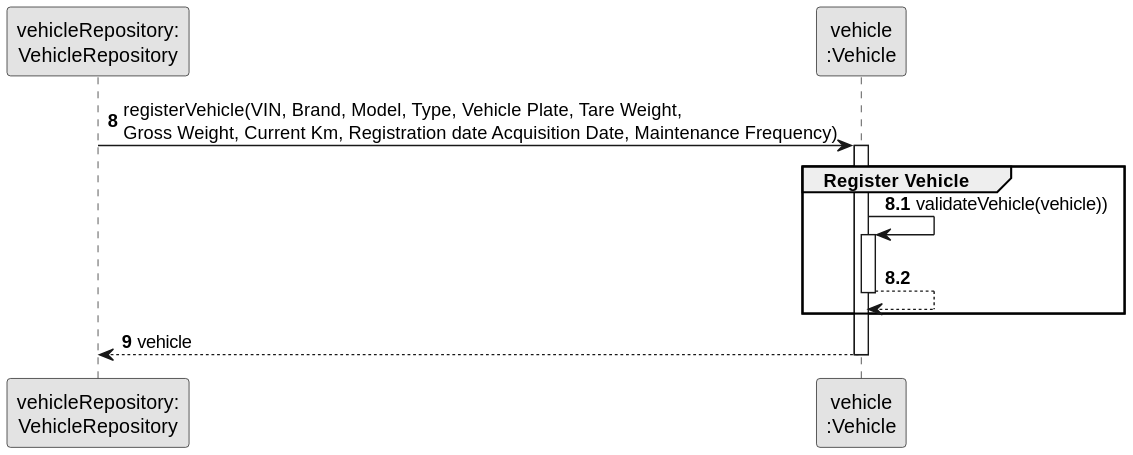
This is docs/sprintC/us006/03.design/svg/us006-sequence-diagram-partial-register-vehicle.svg from ricardomm7/leaflink, a PlantUML export, as it was before one commit.
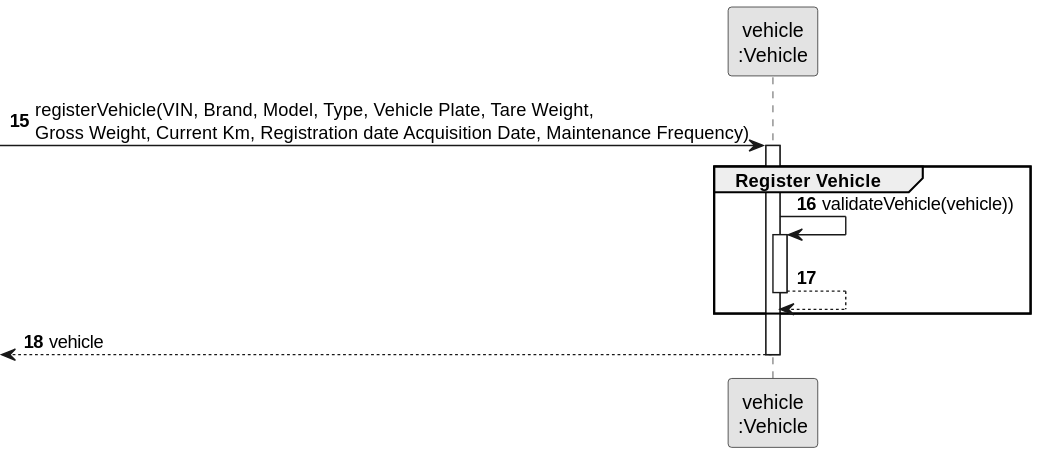
After the change.

Change to the diagram source:
```diff
@@ -3,29 +3,22 @@
 skinparam packageStyle rectangle
 skinparam shadowing false
 
-participant "vehicleRepository:\nVehicleRepository" as VehicleRepository
 participant "vehicle\n:Vehicle" as VEI
 
-autonumber 8
-            VehicleRepository -> VEI: registerVehicle(VIN, Brand, Model, Type, Vehicle Plate, Tare Weight, \nGross Weight, Current Km, Registration date Acquisition Date, Maintenance Frequency)
+autonumber 15
+ -> VEI: registerVehicle(VIN, Brand, Model, Type, Vehicle Plate, Tare Weight, \nGross Weight, Current Km, Registration date Acquisition Date, Maintenance Frequency)
 
 activate VEI
     group Register Vehicle
-    autonumber 8.1
 
+        VEI -> VEI: validateVehicle(vehicle))
+        activate VEI
 
-                              VEI -> VEI: validateVehicle(vehicle))
-                              activate VEI
-
-                              VEI --> VEI
-                              deactivate VEI
-
-
-
+        VEI --> VEI
+        deactivate VEI
 
     end
 
-autonumber 9
-    VEI --> VehicleRepository: vehicle
+    <-- VEI : vehicle
 deactivate VEI
 @enduml
```
